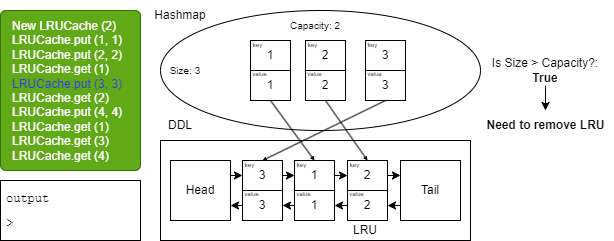
bert799/CodingInterviews keeps this draw.io diagram as Final_Interview/slides/Slide8.png. Above is the earlier version. Source tidied: cells renumbered, new cells last; positions are measured from the earlier drawing's top-left corner, leaving out a move shared by most shapes.
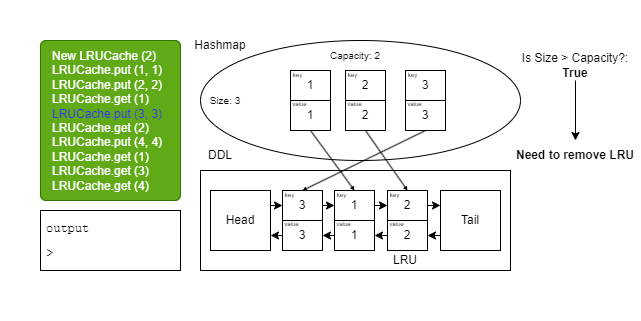
After the commit.

Change to the diagram source:
```diff
@@ -2,6 +2,9 @@
   <root>
     <mxCell id="0" />
     <mxCell id="1" parent="0" />
+    <mxCell id="57" style="rounded=0;whiteSpace=wrap;html=1;fillColor=none;strokeColor=none;" parent="1" vertex="1">
+      <mxGeometry x="-40" y="-30" width="640" height="320" as="geometry" />
+    </mxCell>
     <mxCell id="2" value="&lt;span style=&quot;&quot;&gt;&#9;&lt;/span&gt;New LRUCache (2)&lt;br&gt;&lt;span style=&quot;&quot;&gt;&#9;&lt;/span&gt;LRUCache.put (1, 1)&lt;br&gt;&lt;span style=&quot;&quot;&gt;&#9;&lt;/span&gt;LRUCache.put (2, 2)&lt;br&gt;LRUCache.get (1)&lt;br&gt;&lt;font color=&quot;#3333ff&quot;&gt;LRUCache.put (3, 3)&lt;br&gt;&lt;/font&gt;LRUCache.get (2)&lt;br&gt;LRUCache.put (4, 4)&lt;br&gt;LRUCache.get (1)&lt;br&gt;LRUCache.get (3)&lt;br&gt;LRUCache.get (4)" style="rounded=1;whiteSpace=wrap;html=1;fillColor=#60a917;verticalAlign=top;align=left;arcSize=4;spacingTop=2;spacingLeft=10;spacingBottom=2;fontColor=#ffffff;strokeColor=#2D7600;" parent="1" vertex="1">
       <mxGeometry y="10" width="140" height="160" as="geometry" />
     </mxCell>
@@ -162,10 +165,10 @@
       <mxGeometry relative="1" as="geometry" />
     </mxCell>
     <mxCell id="55" value="Is Size &amp;gt; Capacity?:&lt;br&gt;&lt;b&gt;True&lt;/b&gt;" style="text;html=1;strokeColor=none;fillColor=none;align=center;verticalAlign=middle;whiteSpace=wrap;rounded=0;fontColor=#000000;" parent="1" vertex="1">
-      <mxGeometry x="490" y="55" width="110" height="30" as="geometry" />
+      <mxGeometry x="480" y="20" width="110" height="30" as="geometry" />
     </mxCell>
     <mxCell id="56" value="&lt;b&gt;Need to remove LRU&lt;/b&gt;" style="text;html=1;strokeColor=none;fillColor=none;align=center;verticalAlign=middle;whiteSpace=wrap;rounded=0;fontColor=#000000;" parent="1" vertex="1">
-      <mxGeometry x="477.5" y="110" width="135" height="30" as="geometry" />
+      <mxGeometry x="470" y="110" width="130" height="30" as="geometry" />
     </mxCell>
   </root>
 </mxGraphModel>
```
